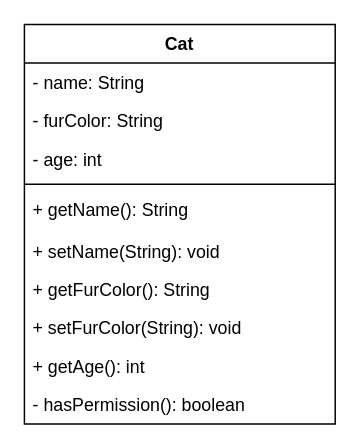
Earlier version of the draw.io diagram page "Cat" (1 of 2) of classdiagram.drawio (Dales92/2c_Classes_Objects_2). Source tidied: cells renumbered, new cells numbered last; positions are measured from the earlier drawing's top-left corner, leaving out a move shared by most shapes. Both pictures are drawn from the tidied source at 148%, with x=0, y=0 at pixel (24, 24).
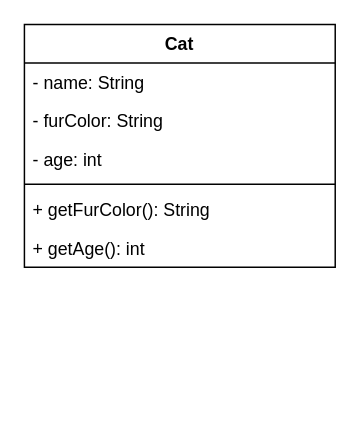
After the change.

Commit message:
Classdiagramm / aktualisiert

Change to the diagram source:
```diff
@@
 <mxGraphModel>
   <root>
     <mxCell id="0" />
     <mxCell id="1" parent="0" />
     <mxCell id="2" value="Cat" style="swimlane;fontStyle=1;align=center;verticalAlign=top;horizontal=1;startSize=26;" parent="1" vertex="1">
-      <mxGeometry width="210" height="270" as="geometry" />
+      <mxGeometry width="210" height="164" as="geometry" />
     </mxCell>
     <mxCell id="3" value="- name: String" style="text;strokeColor=none;fillColor=none;align=left;verticalAlign=top;spacingLeft=4;spacingRight=4;overflow=hidden;" parent="2" vertex="1">
       <mxGeometry y="26" width="210" height="26" as="geometry" />
     </mxCell>
     <mxCell id="4" value="- furColor: String" style="text;strokeColor=none;fillColor=none;align=left;verticalAlign=top;spacingLeft=4;spacingRight=4;overflow=hidden;" parent="2" vertex="1">
       <mxGeometry y="52" width="210" height="26" as="geometry" />
     </mxCell>
     <mxCell id="5" value="- age: int" style="text;strokeColor=none;fillColor=none;align=left;verticalAlign=top;spacingLeft=4;spacingRight=4;overflow=hidden;" parent="2" vertex="1">
       <mxGeometry y="78" width="210" height="26" as="geometry" />
     </mxCell>
     <mxCell id="6" style="line;strokeWidth=1;fillColor=none;align=left;verticalAlign=middle;spacingTop=-1;spacingLeft=3;spacingRight=3;labelPosition=right;" parent="2" vertex="1">
       <mxGeometry y="104" width="210" height="8" as="geometry" />
     </mxCell>
-    <mxCell id="7" value="+ getName(): String" style="text;strokeColor=none;fillColor=none;align=left;verticalAlign=top;spacingLeft=4;spacingRight=4;overflow=hidden;" parent="2" vertex="1">
-      <mxGeometry y="112" width="210" height="28" as="geometry" />
-    </mxCell>
-    <mxCell id="8" value="+ setName(String): void" style="text;strokeColor=none;fillColor=none;align=left;verticalAlign=top;spacingLeft=4;spacingRight=4;overflow=hidden;" parent="2" vertex="1">
-      <mxGeometry y="140" width="210" height="26" as="geometry" />
-    </mxCell>
     <mxCell id="9" value="+ getFurColor(): String" style="text;strokeColor=none;fillColor=none;align=left;verticalAlign=top;spacingLeft=4;spacingRight=4;overflow=hidden;" parent="2" vertex="1">
-      <mxGeometry y="166" width="210" height="26" as="geometry" />
+      <mxGeometry y="112" width="210" height="26" as="geometry" />
     </mxCell>
-    <mxCell id="10" value="+ setFurColor(String): void" style="text;strokeColor=none;fillColor=none;align=left;verticalAlign=top;spacingLeft=4;spacingRight=4;overflow=hidden;" parent="2" vertex="1">
-      <mxGeometry y="192" width="210" height="26" as="geometry" />
-    </mxCell>
     <mxCell id="11" value="+ getAge(): int" style="text;strokeColor=none;fillColor=none;align=left;verticalAlign=top;spacingLeft=4;spacingRight=4;overflow=hidden;" parent="2" vertex="1">
-      <mxGeometry y="218" width="210" height="26" as="geometry" />
+      <mxGeometry y="138" width="210" height="26" as="geometry" />
     </mxCell>
-    <mxCell id="12" value="- hasPermission(): boolean" style="text;strokeColor=none;fillColor=none;align=left;verticalAlign=top;spacingLeft=4;spacingRight=4;overflow=hidden;" parent="2" vertex="1">
-      <mxGeometry y="244" width="210" height="26" as="geometry" />
-    </mxCell>
   </root>
 </mxGraphModel>
```
